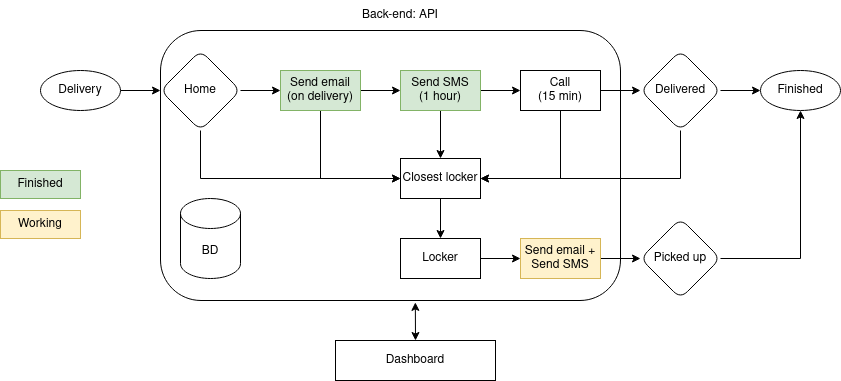
This is docs/projectStructure.png from tamagusko/ai-transatlantic-hackathon, a draw.io export, as it was before one commit. Source tidied: cells renumbered, new cells last; positions are measured from the earlier drawing's top-left corner, leaving out a move shared by most shapes.
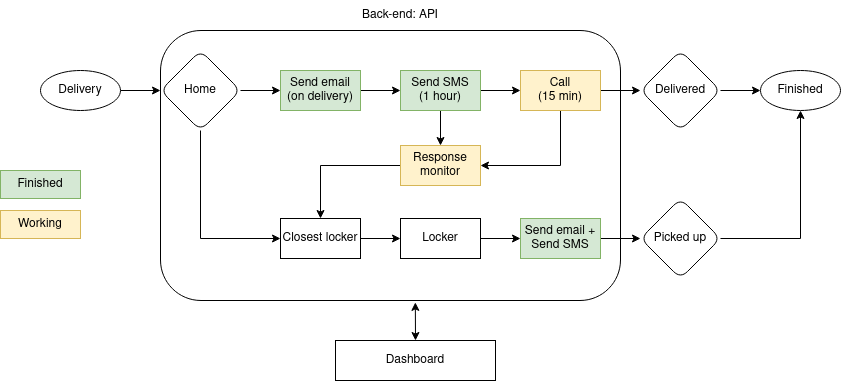
After the commit.

Commit message:
docs: add response monitor

Change to the diagram source:
```diff
@@ -11,9 +11,6 @@
     <mxCell id="4" value="&lt;span class=&quot;VIiyi&quot; lang=&quot;en&quot;&gt;&lt;span class=&quot;JLqJ4b ChMk0b&quot;&gt;&lt;span class=&quot;Q4iAWc&quot;&gt;Delivery&lt;/span&gt;&lt;/span&gt;&lt;/span&gt;" style="ellipse;whiteSpace=wrap;html=1;" parent="1" vertex="1">
       <mxGeometry x="40" y="70" width="80" height="40" as="geometry" />
     </mxCell>
-    <mxCell id="5" value="BD" style="shape=cylinder3;whiteSpace=wrap;html=1;boundedLbl=1;backgroundOutline=1;size=15;rounded=1;shadow=0;glass=0;sketch=0;" parent="1" vertex="1">
-      <mxGeometry x="180" y="198" width="60" height="80" as="geometry" />
-    </mxCell>
     <mxCell id="6" value="Finished" style="rounded=0;whiteSpace=wrap;html=1;fillColor=#d5e8d4;strokeColor=#82b366;" parent="1" vertex="1">
       <mxGeometry y="170" width="80" height="28" as="geometry" />
     </mxCell>
@@ -26,21 +23,14 @@
     <mxCell id="9" style="edgeStyle=orthogonalEdgeStyle;rounded=0;jettySize=auto;html=1;exitX=1;exitY=0.5;exitDx=0;exitDy=0;entryX=0;entryY=0.5;entryDx=0;entryDy=0;" parent="1" edge="1" source="11" target="17">
       <mxGeometry relative="1" as="geometry" />
     </mxCell>
-    <mxCell id="10" style="edgeStyle=orthogonalEdgeStyle;rounded=0;jettySize=auto;html=1;exitX=0.5;exitY=1;exitDx=0;exitDy=0;entryX=0;entryY=0.5;entryDx=0;entryDy=0;" parent="1" edge="1" source="11" target="26">
-      <mxGeometry relative="1" as="geometry" />
-    </mxCell>
     <mxCell id="11" value="&lt;div&gt;Send email&lt;br&gt;&lt;/div&gt;&lt;div&gt;(on delivery)&lt;br&gt;&lt;/div&gt;" style="rounded=0;whiteSpace=wrap;html=1;fillColor=#d5e8d4;strokeColor=#82b366;" parent="1" vertex="1">
       <mxGeometry x="280" y="70" width="80" height="40" as="geometry" />
     </mxCell>
     <mxCell id="12" style="edgeStyle=orthogonalEdgeStyle;rounded=0;jettySize=auto;html=1;entryX=0;entryY=0.5;entryDx=0;entryDy=0;" parent="1" edge="1" source="14" target="11">
       <mxGeometry relative="1" as="geometry" />
     </mxCell>
-    <mxCell id="13" style="edgeStyle=orthogonalEdgeStyle;rounded=0;jettySize=auto;html=1;entryX=0;entryY=0.5;entryDx=0;entryDy=0;" parent="1" edge="1" source="14" target="26">
-      <mxGeometry relative="1" as="geometry">
-        <Array as="points">
-          <mxPoint x="200" y="178" />
-        </Array>
-      </mxGeometry>
+    <mxCell id="13" style="edgeStyle=orthogonalEdgeStyle;rounded=0;jettySize=auto;html=1;exitX=0.5;exitY=1;exitDx=0;exitDy=0;entryX=0;entryY=0.5;entryDx=0;entryDy=0;" parent="1" edge="1" source="14" target="26">
+      <mxGeometry relative="1" as="geometry" />
     </mxCell>
     <mxCell id="14" value="Home" style="rhombus;whiteSpace=wrap;html=1;rounded=1;shadow=0;glass=0;sketch=0;" parent="1" vertex="1">
       <mxGeometry x="160" y="50" width="80" height="80" as="geometry" />
@@ -48,60 +38,54 @@
     <mxCell id="15" style="edgeStyle=orthogonalEdgeStyle;rounded=0;jettySize=auto;html=1;exitX=1;exitY=0.5;exitDx=0;exitDy=0;entryX=0;entryY=0.5;entryDx=0;entryDy=0;" parent="1" edge="1" source="17" target="20">
       <mxGeometry relative="1" as="geometry" />
     </mxCell>
-    <mxCell id="16" style="edgeStyle=orthogonalEdgeStyle;rounded=0;jettySize=auto;html=1;entryX=0.5;entryY=0;entryDx=0;entryDy=0;" parent="1" edge="1" source="17" target="26">
-      <mxGeometry relative="1" as="geometry" />
-    </mxCell>
+    <mxCell id="35" style="edgeStyle=orthogonalEdgeStyle;rounded=0;jettySize=auto;html=1;exitX=0.5;exitY=1;exitDx=0;exitDy=0;entryX=0.5;entryY=0;entryDx=0;entryDy=0;" parent="1" edge="1" source="17" target="38">
+      <mxGeometry relative="1" as="geometry" />
+    </mxCell>
     <mxCell id="17" value="&lt;div&gt;Send SMS&lt;br&gt;&lt;/div&gt;&lt;div&gt;(1 hour)&lt;br&gt;&lt;/div&gt;" style="rounded=0;whiteSpace=wrap;html=1;fillColor=#d5e8d4;strokeColor=#82b366;" parent="1" vertex="1">
       <mxGeometry x="400" y="70" width="80" height="40" as="geometry" />
     </mxCell>
     <mxCell id="18" style="edgeStyle=orthogonalEdgeStyle;rounded=0;jettySize=auto;html=1;entryX=0;entryY=0.5;entryDx=0;entryDy=0;" parent="1" edge="1" source="20" target="23">
       <mxGeometry relative="1" as="geometry" />
     </mxCell>
-    <mxCell id="19" style="edgeStyle=orthogonalEdgeStyle;rounded=0;jettySize=auto;html=1;entryX=1;entryY=0.5;entryDx=0;entryDy=0;" parent="1" edge="1" source="20" target="26">
-      <mxGeometry relative="1" as="geometry">
-        <Array as="points">
-          <mxPoint x="560" y="178" />
-        </Array>
-      </mxGeometry>
-    </mxCell>
+    <mxCell id="36" style="edgeStyle=orthogonalEdgeStyle;rounded=0;jettySize=auto;html=1;entryX=1;entryY=0.5;entryDx=0;entryDy=0;" parent="1" edge="1" source="20" target="38">
+      <mxGeometry relative="1" as="geometry">
+        <Array as="points">
+          <mxPoint x="560" y="165" />
+        </Array>
+      </mxGeometry>
+    </mxCell>
-    <mxCell id="20" value="&lt;div&gt;Call&lt;br&gt;&lt;/div&gt;&lt;div&gt;(15 min)&lt;br&gt;&lt;/div&gt;" style="rounded=0;whiteSpace=wrap;html=1;" parent="1" vertex="1">
+    <mxCell id="20" value="&lt;div&gt;Call&lt;br&gt;&lt;/div&gt;&lt;div&gt;(15 min)&lt;br&gt;&lt;/div&gt;" style="rounded=0;whiteSpace=wrap;html=1;fillColor=#fff2cc;strokeColor=#d6b656;" parent="1" vertex="1">
       <mxGeometry x="520" y="70" width="80" height="40" as="geometry" />
     </mxCell>
     <mxCell id="21" style="edgeStyle=orthogonalEdgeStyle;rounded=0;jettySize=auto;html=1;exitX=1;exitY=0.5;exitDx=0;exitDy=0;entryX=0;entryY=0.5;entryDx=0;entryDy=0;" parent="1" edge="1" source="23" target="24">
       <mxGeometry relative="1" as="geometry" />
     </mxCell>
-    <mxCell id="22" style="edgeStyle=orthogonalEdgeStyle;rounded=0;jettySize=auto;html=1;exitX=0.5;exitY=1;exitDx=0;exitDy=0;entryX=1;entryY=0.5;entryDx=0;entryDy=0;" parent="1" edge="1" source="23" target="26">
-      <mxGeometry relative="1" as="geometry" />
-    </mxCell>
     <mxCell id="23" value="Delivered" style="rhombus;whiteSpace=wrap;html=1;rounded=1;shadow=0;glass=0;sketch=0;fillColor=none;" parent="1" vertex="1">
       <mxGeometry x="640" y="50" width="80" height="80" as="geometry" />
     </mxCell>
     <mxCell id="24" value="Finished" style="ellipse;whiteSpace=wrap;html=1;" parent="1" vertex="1">
       <mxGeometry x="760" y="70" width="80" height="40" as="geometry" />
     </mxCell>
-    <mxCell id="25" style="edgeStyle=orthogonalEdgeStyle;rounded=0;jettySize=auto;html=1;" parent="1" edge="1" source="26" target="28">
+    <mxCell id="25" style="edgeStyle=orthogonalEdgeStyle;rounded=0;jettySize=auto;html=1;exitX=1;exitY=0.5;exitDx=0;exitDy=0;entryX=0;entryY=0.5;entryDx=0;entryDy=0;" parent="1" edge="1" source="26" target="28">
       <mxGeometry relative="1" as="geometry" />
     </mxCell>
     <mxCell id="26" value="Closest locker" style="rounded=0;whiteSpace=wrap;html=1;fillColor=default;strokeColor=#000000;" parent="1" vertex="1">
-      <mxGeometry x="400" y="158" width="80" height="40" as="geometry" />
+      <mxGeometry x="280" y="218" width="80" height="40" as="geometry" />
     </mxCell>
-    <mxCell id="27" style="edgeStyle=orthogonalEdgeStyle;rounded=0;jettySize=auto;html=1;entryX=0;entryY=0.5;entryDx=0;entryDy=0;" parent="1" edge="1" source="28" target="30">
+    <mxCell id="27" style="edgeStyle=orthogonalEdgeStyle;rounded=0;jettySize=auto;html=1;entryX=0;entryY=0.5;entryDx=0;entryDy=0;exitX=1;exitY=0.5;exitDx=0;exitDy=0;" parent="1" edge="1" source="28" target="30">
       <mxGeometry relative="1" as="geometry" />
     </mxCell>
-    <mxCell id="28" value="Locker" style="rounded=0;whiteSpace=wrap;html=1;fillColor=default;strokeColor=#000000;" parent="1" vertex="1">
-      <mxGeometry x="400" y="238" width="80" height="40" as="geometry" />
-    </mxCell>
     <mxCell id="29" style="edgeStyle=orthogonalEdgeStyle;rounded=0;jettySize=auto;html=1;exitX=1;exitY=0.5;exitDx=0;exitDy=0;entryX=0;entryY=0.5;entryDx=0;entryDy=0;" parent="1" edge="1" source="30" target="32">
       <mxGeometry relative="1" as="geometry" />
     </mxCell>
-    <mxCell id="30" value="Send email + Send SMS" style="rounded=0;whiteSpace=wrap;html=1;fillColor=#fff2cc;strokeColor=#d6b656;" parent="1" vertex="1">
-      <mxGeometry x="520" y="238" width="80" height="40" as="geometry" />
+    <mxCell id="30" value="Send email + Send SMS" style="rounded=0;whiteSpace=wrap;html=1;fillColor=#d5e8d4;strokeColor=#82b366;" parent="1" vertex="1">
+      <mxGeometry x="520" y="218" width="80" height="40" as="geometry" />
     </mxCell>
     <mxCell id="31" style="edgeStyle=orthogonalEdgeStyle;rounded=0;jettySize=auto;html=1;exitX=1;exitY=0.5;exitDx=0;exitDy=0;entryX=0.5;entryY=1;entryDx=0;entryDy=0;" parent="1" edge="1" source="32" target="24">
       <mxGeometry relative="1" as="geometry" />
     </mxCell>
     <mxCell id="32" value="&lt;span class=&quot;VIiyi&quot; lang=&quot;en&quot;&gt;&lt;span class=&quot;JLqJ4b ChMk0b&quot;&gt;&lt;span class=&quot;Q4iAWc&quot;&gt;Picked up&lt;/span&gt;&lt;/span&gt;&lt;/span&gt;" style="rhombus;whiteSpace=wrap;html=1;rounded=1;shadow=0;glass=0;sketch=0;fillColor=none;" parent="1" vertex="1">
-      <mxGeometry x="640" y="218" width="80" height="80" as="geometry" />
+      <mxGeometry x="640" y="198" width="80" height="80" as="geometry" />
     </mxCell>
     <mxCell id="33" value="&lt;div&gt;Dashboard&lt;/div&gt;" style="rounded=0;whiteSpace=wrap;html=1;" parent="1" vertex="1">
       <mxGeometry x="335" y="340" width="160" height="40" as="geometry" />
@@ -109,5 +93,14 @@
     <mxCell id="34" style="endArrow=classic;startArrow=classic;html=1;rounded=0;entryX=0.554;entryY=1.007;entryDx=0;entryDy=0;entryPerimeter=0;exitX=0.5;exitY=0;exitDx=0;exitDy=0;" parent="1" edge="1" source="33" target="2">
       <mxGeometry relative="1" as="geometry" />
     </mxCell>
+    <mxCell id="28" value="Locker" style="rounded=0;whiteSpace=wrap;html=1;fillColor=default;strokeColor=#000000;" parent="1" vertex="1">
+      <mxGeometry x="400" y="218" width="80" height="40" as="geometry" />
+    </mxCell>
+    <mxCell id="37" style="edgeStyle=orthogonalEdgeStyle;rounded=0;jettySize=auto;html=1;entryX=0.5;entryY=0;entryDx=0;entryDy=0;" parent="1" edge="1" source="38" target="26">
+      <mxGeometry relative="1" as="geometry" />
+    </mxCell>
+    <mxCell id="38" value="Response monitor" style="rounded=0;whiteSpace=wrap;html=1;fillColor=#fff2cc;strokeColor=#d6b656;" parent="1" vertex="1">
+      <mxGeometry x="400" y="145" width="80" height="40" as="geometry" />
+    </mxCell>
   </root>
 </mxGraphModel>
```
